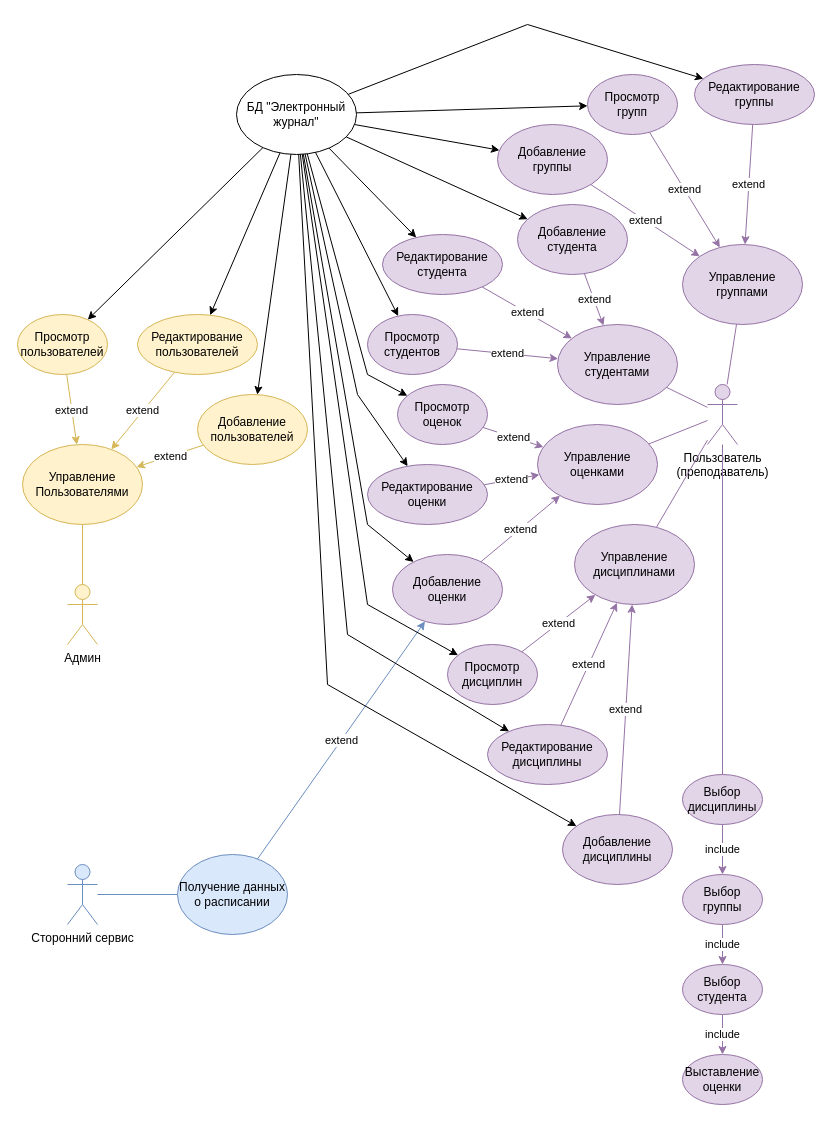
Before: UseCase-Diagramm.drawio in PaulMatthewss/PP2, a draw.io diagram. Source tidied: cells renumbered, new cells numbered last; positions are measured from the earlier drawing's top-left corner, leaving out a move shared by most shapes. Both pictures are drawn from the tidied source at 100%, with x=0, y=0 at pixel (17, 24).
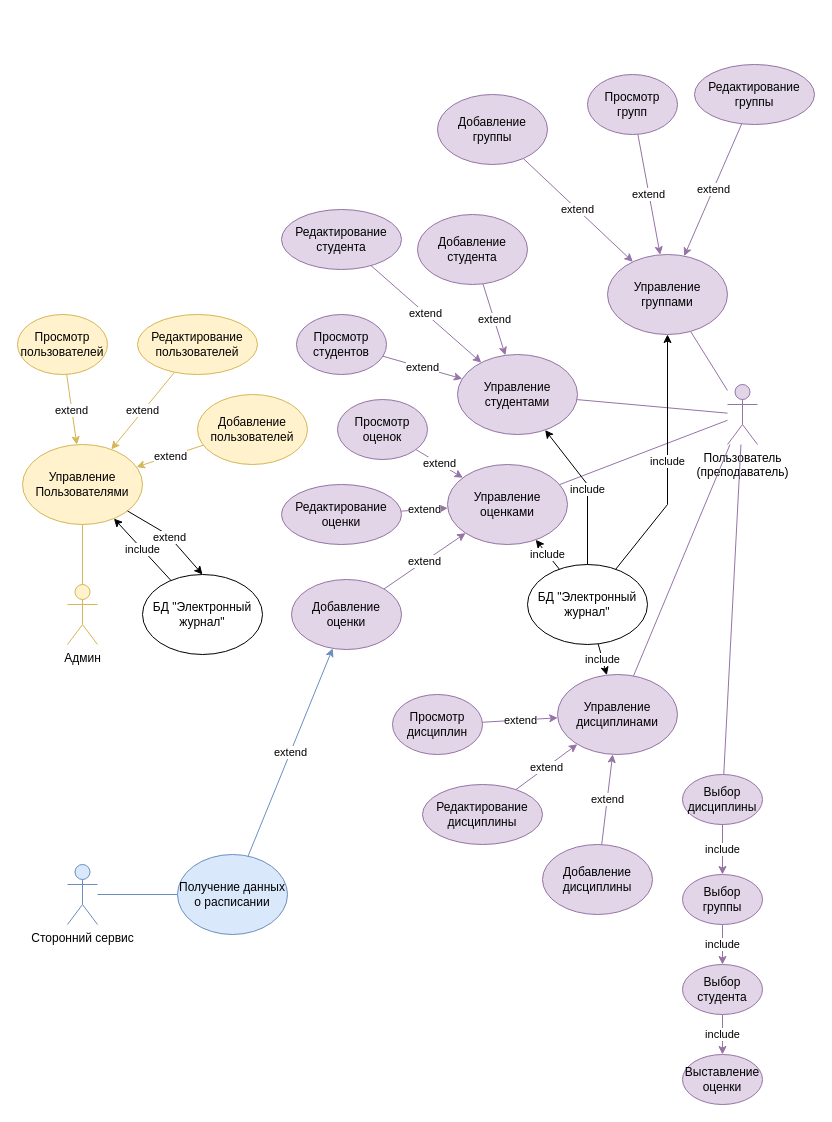
After the change.

Commit message:
UseCase-Diagramm update

Unchanged cells that the change refers to:
```xml
<mxCell id="22" value="Редактирование группы" style="ellipse;whiteSpace=wrap;html=1;fillColor=#e1d5e7;strokeColor=#9673a6;" parent="1" vertex="1">
  <mxGeometry x="677" y="40" width="120" height="60" as="geometry" />
</mxCell>
<mxCell id="23" value="Просмотр групп" style="ellipse;whiteSpace=wrap;html=1;fillColor=#e1d5e7;strokeColor=#9673a6;" parent="1" vertex="1">
  <mxGeometry x="570" y="50" width="90" height="60" as="geometry" />
</mxCell>
<mxCell id="43" value="Управление Пользователями" style="ellipse;whiteSpace=wrap;html=1;fillColor=#fff2cc;strokeColor=#d6b656;" parent="1" vertex="1">
  <mxGeometry x="5" y="420" width="120" height="80" as="geometry" />
</mxCell>
<mxCell id="44" value="Добавление пользователей" style="ellipse;whiteSpace=wrap;html=1;fillColor=#fff2cc;strokeColor=#d6b656;" parent="1" vertex="1">
  <mxGeometry x="180" y="370" width="110" height="70" as="geometry" />
</mxCell>
<mxCell id="45" value="Редактирование пользователей" style="ellipse;whiteSpace=wrap;html=1;fillColor=#fff2cc;strokeColor=#d6b656;" parent="1" vertex="1">
  <mxGeometry x="120" y="290" width="120" height="60" as="geometry" />
</mxCell>
<mxCell id="46" value="Просмотр пользователей" style="ellipse;whiteSpace=wrap;html=1;fillColor=#fff2cc;strokeColor=#d6b656;" parent="1" vertex="1">
  <mxGeometry y="290" width="90" height="60" as="geometry" />
</mxCell>
```

The edit, as a diff of the source:
```diff
@@
     <mxCell id="3" value="Пользователь&lt;br&gt;(преподаватель)" style="shape=umlActor;verticalLabelPosition=bottom;verticalAlign=top;html=1;outlineConnect=0;fillColor=#e1d5e7;strokeColor=#9673a6;" parent="1" vertex="1">
-      <mxGeometry x="690" y="360" width="30" height="60" as="geometry" />
+      <mxGeometry x="710" y="360" width="30" height="60" as="geometry" />
     </mxCell>
     <mxCell id="4" value="Управление дисциплинами" style="ellipse;whiteSpace=wrap;html=1;fillColor=#e1d5e7;strokeColor=#9673a6;" parent="1" vertex="1">
-      <mxGeometry x="557" y="500" width="120" height="80" as="geometry" />
+      <mxGeometry x="540" y="650" width="120" height="80" as="geometry" />
     </mxCell>
     <mxCell id="5" value="Управление группами" style="ellipse;whiteSpace=wrap;html=1;fillColor=#e1d5e7;strokeColor=#9673a6;" parent="1" vertex="1">
-      <mxGeometry x="665" y="220" width="120" height="80" as="geometry" />
+      <mxGeometry x="590" y="230" width="120" height="80" as="geometry" />
     </mxCell>
     <mxCell id="6" value="Управление студентами" style="ellipse;whiteSpace=wrap;html=1;fillColor=#e1d5e7;strokeColor=#9673a6;" parent="1" vertex="1">
-      <mxGeometry x="540" y="300" width="120" height="80" as="geometry" />
+      <mxGeometry x="440" y="330" width="120" height="80" as="geometry" />
     </mxCell>
     <mxCell id="7" value="Управление оценками" style="ellipse;whiteSpace=wrap;html=1;fillColor=#e1d5e7;strokeColor=#9673a6;" parent="1" vertex="1">
-      <mxGeometry x="520" y="400" width="120" height="80" as="geometry" />
+      <mxGeometry x="430" y="440" width="120" height="80" as="geometry" />
     </mxCell>
@@
     <mxCell id="12" value="Добавление&lt;br&gt;дисциплины" style="ellipse;whiteSpace=wrap;html=1;fillColor=#e1d5e7;strokeColor=#9673a6;" parent="1" vertex="1">
-      <mxGeometry x="545" y="790" width="110" height="70" as="geometry" />
+      <mxGeometry x="525" y="820" width="110" height="70" as="geometry" />
     </mxCell>
     <mxCell id="13" value="Редактирование&lt;br&gt;дисциплины" style="ellipse;whiteSpace=wrap;html=1;fillColor=#e1d5e7;strokeColor=#9673a6;" parent="1" vertex="1">
-      <mxGeometry x="470" y="700" width="120" height="60" as="geometry" />
+      <mxGeometry x="405" y="760" width="120" height="60" as="geometry" />
     </mxCell>
     <mxCell id="14" value="Просмотр&lt;br&gt;дисциплин" style="ellipse;whiteSpace=wrap;html=1;fillColor=#e1d5e7;strokeColor=#9673a6;" parent="1" vertex="1">
-      <mxGeometry x="430" y="620" width="90" height="60" as="geometry" />
+      <mxGeometry x="375" y="670" width="90" height="60" as="geometry" />
     </mxCell>
     <mxCell id="15" value="Добавление оценки" style="ellipse;whiteSpace=wrap;html=1;fillColor=#e1d5e7;strokeColor=#9673a6;" parent="1" vertex="1">
-      <mxGeometry x="375" y="530" width="110" height="70" as="geometry" />
+      <mxGeometry x="274" y="555" width="110" height="70" as="geometry" />
     </mxCell>
     <mxCell id="16" value="Редактирование оценки" style="ellipse;whiteSpace=wrap;html=1;fillColor=#e1d5e7;strokeColor=#9673a6;" parent="1" vertex="1">
-      <mxGeometry x="350" y="440" width="120" height="60" as="geometry" />
+      <mxGeometry x="264" y="460" width="120" height="60" as="geometry" />
     </mxCell>
     <mxCell id="17" value="Просмотр оценок" style="ellipse;whiteSpace=wrap;html=1;fillColor=#e1d5e7;strokeColor=#9673a6;" parent="1" vertex="1">
-      <mxGeometry x="380" y="360" width="90" height="60" as="geometry" />
+      <mxGeometry x="320" y="375" width="90" height="60" as="geometry" />
     </mxCell>
     <mxCell id="18" value="Добавление студента" style="ellipse;whiteSpace=wrap;html=1;fillColor=#e1d5e7;strokeColor=#9673a6;" parent="1" vertex="1">
-      <mxGeometry x="500" y="180" width="110" height="70" as="geometry" />
+      <mxGeometry x="400" y="190" width="110" height="70" as="geometry" />
     </mxCell>
     <mxCell id="19" value="Редактирование студента" style="ellipse;whiteSpace=wrap;html=1;fillColor=#e1d5e7;strokeColor=#9673a6;" parent="1" vertex="1">
-      <mxGeometry x="365" y="210" width="120" height="60" as="geometry" />
+      <mxGeometry x="264" y="185" width="120" height="60" as="geometry" />
     </mxCell>
     <mxCell id="20" value="Просмотр студентов" style="ellipse;whiteSpace=wrap;html=1;fillColor=#e1d5e7;strokeColor=#9673a6;" parent="1" vertex="1">
-      <mxGeometry x="350" y="290" width="90" height="60" as="geometry" />
+      <mxGeometry x="279" y="290" width="90" height="60" as="geometry" />
     </mxCell>
     <mxCell id="21" value="Добавление группы" style="ellipse;whiteSpace=wrap;html=1;fillColor=#e1d5e7;strokeColor=#9673a6;" parent="1" vertex="1">
-      <mxGeometry x="480" y="100" width="110" height="70" as="geometry" />
+      <mxGeometry x="420" y="70" width="110" height="70" as="geometry" />
     </mxCell>
@@
     <mxCell id="56" value="БД &quot;Электронный журнал&quot;" style="ellipse;whiteSpace=wrap;html=1;" parent="1" vertex="1">
-      <mxGeometry x="219" y="50" width="120" height="80" as="geometry" />
+      <mxGeometry x="125" y="550" width="120" height="80" as="geometry" />
     </mxCell>
-    <mxCell id="57" style="endArrow=classic;html=1;rounded=0;" parent="1" edge="1" source="56" target="46">
-      <mxGeometry relative="1" as="geometry" />
-    </mxCell>
-    <mxCell id="58" style="endArrow=classic;html=1;rounded=0;" parent="1" edge="1" source="56" target="45">
-      <mxGeometry relative="1" as="geometry" />
-    </mxCell>
-    <mxCell id="59" style="endArrow=classic;html=1;rounded=0;" parent="1" edge="1" source="56" target="44">
-      <mxGeometry relative="1" as="geometry" />
-    </mxCell>
-    <mxCell id="60" style="endArrow=classic;html=1;rounded=0;" parent="1" edge="1" source="56" target="22">
-      <mxGeometry relative="1" as="geometry">
-        <Array as="points">
-          <mxPoint x="510" />
-        </Array>
-      </mxGeometry>
-    </mxCell>
-    <mxCell id="61" style="endArrow=classic;html=1;rounded=0;" parent="1" edge="1" source="56" target="23">
-      <mxGeometry relative="1" as="geometry" />
-    </mxCell>
-    <mxCell id="62" style="endArrow=classic;html=1;rounded=0;" parent="1" edge="1" source="56" target="21">
-      <mxGeometry relative="1" as="geometry" />
-    </mxCell>
-    <mxCell id="63" style="endArrow=classic;html=1;rounded=0;" parent="1" edge="1" source="56" target="18">
-      <mxGeometry relative="1" as="geometry" />
-    </mxCell>
-    <mxCell id="64" style="endArrow=classic;html=1;rounded=0;" parent="1" edge="1" source="56" target="19">
-      <mxGeometry relative="1" as="geometry" />
-    </mxCell>
-    <mxCell id="65" style="endArrow=classic;html=1;rounded=0;" parent="1" edge="1" source="56" target="20">
-      <mxGeometry relative="1" as="geometry" />
-    </mxCell>
-    <mxCell id="66" style="endArrow=classic;html=1;rounded=0;" parent="1" edge="1" source="56" target="17">
-      <mxGeometry relative="1" as="geometry">
-        <Array as="points">
-          <mxPoint x="350" y="350" />
-        </Array>
-      </mxGeometry>
-    </mxCell>
-    <mxCell id="67" style="endArrow=classic;html=1;rounded=0;" parent="1" edge="1" source="56" target="16">
-      <mxGeometry relative="1" as="geometry">
-        <Array as="points">
-          <mxPoint x="340" y="370" />
-        </Array>
-      </mxGeometry>
-    </mxCell>
-    <mxCell id="68" style="endArrow=classic;html=1;rounded=0;" parent="1" edge="1" source="56" target="15">
-      <mxGeometry relative="1" as="geometry">
-        <Array as="points">
-          <mxPoint x="350" y="500" />
-        </Array>
-      </mxGeometry>
-    </mxCell>
-    <mxCell id="69" style="endArrow=classic;html=1;rounded=0;" parent="1" edge="1" source="56" target="14">
-      <mxGeometry relative="1" as="geometry">
-        <Array as="points">
-          <mxPoint x="350" y="580" />
-        </Array>
-      </mxGeometry>
-    </mxCell>
-    <mxCell id="70" style="endArrow=classic;html=1;rounded=0;" parent="1" edge="1" source="56" target="13">
-      <mxGeometry relative="1" as="geometry">
-        <Array as="points">
-          <mxPoint x="330" y="610" />
-        </Array>
-      </mxGeometry>
-    </mxCell>
-    <mxCell id="71" style="endArrow=classic;html=1;rounded=0;" parent="1" edge="1" source="56" target="12">
-      <mxGeometry relative="1" as="geometry">
-        <Array as="points">
-          <mxPoint x="310" y="660" />
-        </Array>
-      </mxGeometry>
-    </mxCell>
+    <mxCell id="72" value="include" style="endArrow=classic;html=1;rounded=0;" parent="1" edge="1" source="56" target="43">
+      <mxGeometry relative="1" as="geometry" />
+    </mxCell>
+    <mxCell id="73" value="extend" style="endArrow=classic;html=1;rounded=0;entryX=0.5;entryY=0;entryDx=0;entryDy=0;" parent="1" edge="1" source="43" target="56">
+      <mxGeometry relative="1" as="geometry">
+        <Array as="points">
+          <mxPoint x="150" y="510" />
+        </Array>
+      </mxGeometry>
+    </mxCell>
+    <mxCell id="74" value="БД &quot;Электронный журнал&quot;" style="ellipse;whiteSpace=wrap;html=1;" parent="1" vertex="1">
+      <mxGeometry x="510" y="540" width="120" height="80" as="geometry" />
+    </mxCell>
+    <mxCell id="75" value="include" style="endArrow=classic;html=1;rounded=0;" parent="1" edge="1" source="74" target="4">
+      <mxGeometry relative="1" as="geometry" />
+    </mxCell>
+    <mxCell id="76" value="include" style="endArrow=classic;html=1;rounded=0;" parent="1" edge="1" source="74" target="7">
+      <mxGeometry relative="1" as="geometry" />
+    </mxCell>
+    <mxCell id="77" value="include" style="endArrow=classic;html=1;rounded=0;" parent="1" edge="1" source="74" target="6">
+      <mxGeometry relative="1" as="geometry">
+        <Array as="points">
+          <mxPoint x="570" y="460" />
+        </Array>
+      </mxGeometry>
+    </mxCell>
+    <mxCell id="78" value="include" style="endArrow=classic;html=1;rounded=0;" parent="1" edge="1" source="74" target="5">
+      <mxGeometry relative="1" as="geometry">
+        <Array as="points">
+          <mxPoint x="650" y="480" />
+        </Array>
+      </mxGeometry>
+    </mxCell>
```
